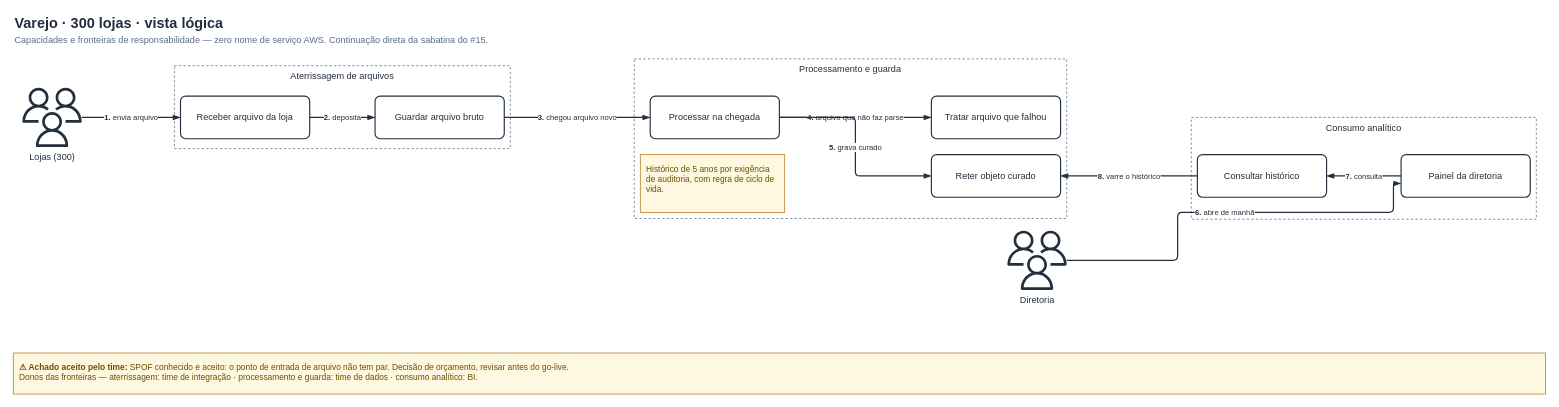
The draw.io diagram page "Varejo · 300 lojas · vista lógica" (1 of 5) of skills/panlabs-aws-diagrams/output/retail.drawio in ThiagoPanini/panlabs-skills, before the edit. Source tidied: cells renumbered, new cells numbered last; positions are measured from the earlier drawing's top-left corner, leaving out a move shared by most shapes. Both pictures are drawn from the tidied source at 76%, with x=0, y=0 at pixel (13, 13).
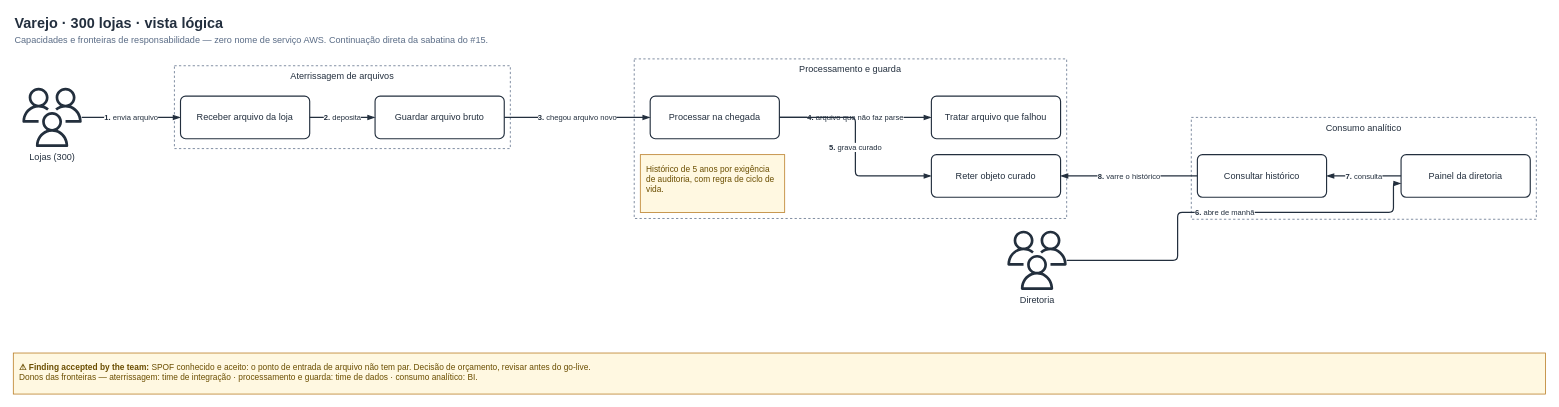
After the change.

Change to the diagram source:
```diff
@@
-    <mxCell id="25" value="&lt;b&gt;⚠ Achado aceito pelo time:&lt;/b&gt; SPOF conhecido e aceito: o ponto de entrada de arquivo não tem par. Decisão de orçamento, revisar antes do go-live.&lt;br&gt;Donos das fronteiras — aterrissagem: time de integração · processamento e guarda: time de dados · consumo analítico: BI." style="rounded=0;whiteSpace=wrap;html=1;fillColor=#FFF8E1;strokeColor=#B7791F;fontColor=#6B4E00;fontFamily=Arial,Helvetica;fontSize=11;align=left;verticalAlign=top;spacing=8;dashed=0;" parent="1" vertex="1">
+    <mxCell id="25" value="&lt;b&gt;⚠ Finding accepted by the team:&lt;/b&gt; SPOF conhecido e aceito: o ponto de entrada de arquivo não tem par. Decisão de orçamento, revisar antes do go-live.&lt;br&gt;Donos das fronteiras — aterrissagem: time de integração · processamento e guarda: time de dados · consumo analítico: BI." style="rounded=0;whiteSpace=wrap;html=1;fillColor=#FFF8E1;strokeColor=#B7791F;fontColor=#6B4E00;fontFamily=Arial,Helvetica;fontSize=11;align=left;verticalAlign=top;spacing=8;dashed=0;" parent="1" vertex="1">
       <mxGeometry y="447" width="2016" height="54" as="geometry" />
     </mxCell>
```
